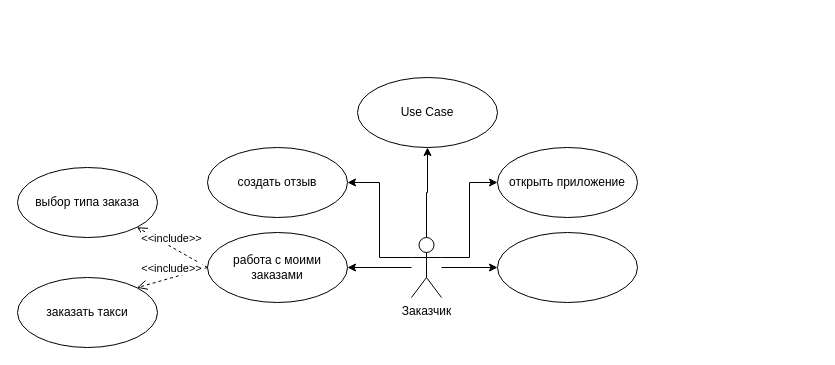
This is Диаграмма без названия.drawio from ENOTSUS/yandextaxi, a draw.io file, before an edit. Source tidied: cells renumbered, new cells numbered last; positions are measured from the earlier drawing's top-left corner, leaving out a move shared by most shapes. Both pictures are drawn from the tidied source at 100%, with x=0, y=0 at pixel (17, 77).
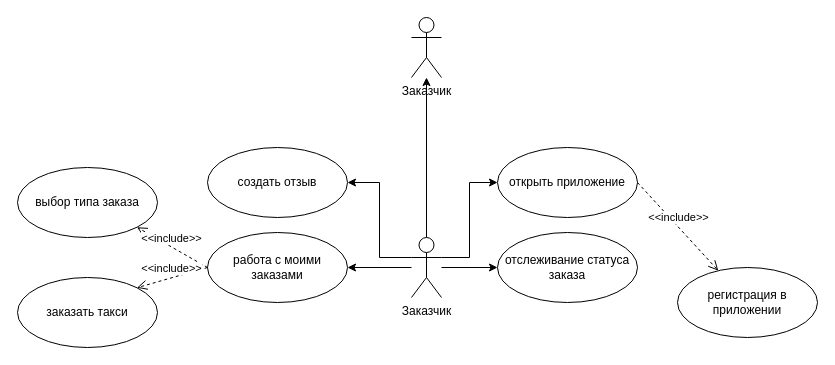
The same page after the edit.

Commit message:
такси обновлено

The edit, as a diff of the source:
```diff
@@
 <mxGraphModel>
   <root>
     <mxCell id="0" />
     <mxCell id="1" parent="0" />
     <mxCell id="2" style="edgeStyle=orthogonalEdgeStyle;rounded=0;jettySize=auto;html=1;" parent="1" edge="1" source="7" target="8">
       <mxGeometry relative="1" as="geometry" />
     </mxCell>
     <mxCell id="3" style="edgeStyle=orthogonalEdgeStyle;rounded=0;jettySize=auto;html=1;entryX=0;entryY=0.5;entryDx=0;entryDy=0;" parent="1" edge="1" source="7" target="9">
       <mxGeometry relative="1" as="geometry" />
     </mxCell>
-    <mxCell id="4" style="edgeStyle=orthogonalEdgeStyle;rounded=0;jettySize=auto;html=1;entryX=0.5;entryY=1;entryDx=0;entryDy=0;" parent="1" edge="1" source="7" target="12">
-      <mxGeometry relative="1" as="geometry" />
-    </mxCell>
     <mxCell id="5" style="edgeStyle=orthogonalEdgeStyle;rounded=0;jettySize=auto;html=1;exitX=0;exitY=0.3333333333333333;exitDx=0;exitDy=0;exitPerimeter=0;entryX=1;entryY=0.5;entryDx=0;entryDy=0;" parent="1" edge="1" source="7" target="10">
       <mxGeometry relative="1" as="geometry" />
     </mxCell>
     <mxCell id="6" style="edgeStyle=orthogonalEdgeStyle;rounded=0;jettySize=auto;html=1;exitX=1;exitY=0.3333333333333333;exitDx=0;exitDy=0;exitPerimeter=0;entryX=0;entryY=0.5;entryDx=0;entryDy=0;" parent="1" edge="1" source="7" target="11">
       <mxGeometry relative="1" as="geometry" />
     </mxCell>
+    <mxCell id="17" style="edgeStyle=orthogonalEdgeStyle;rounded=0;jettySize=auto;html=1;" parent="1" edge="1" source="7" target="20">
+      <mxGeometry relative="1" as="geometry" />
+    </mxCell>
     <mxCell id="7" value="Заказчик" style="shape=umlActor;verticalLabelPosition=bottom;verticalAlign=top;html=1;outlineConnect=0;" parent="1" vertex="1">
       <mxGeometry x="394" y="160" width="30" height="60" as="geometry" />
     </mxCell>
     <mxCell id="8" value="работа с моими заказами" style="ellipse;whiteSpace=wrap;html=1;" parent="1" vertex="1">
       <mxGeometry x="190" y="155" width="140" height="70" as="geometry" />
     </mxCell>
-    <mxCell id="9" style="ellipse;whiteSpace=wrap;html=1;" parent="1" vertex="1">
+    <mxCell id="9" value="отслеживание статуса заказа" style="ellipse;whiteSpace=wrap;html=1;" parent="1" vertex="1">
       <mxGeometry x="480" y="155" width="140" height="70" as="geometry" />
     </mxCell>
     <mxCell id="10" value="создать отзыв" style="ellipse;whiteSpace=wrap;html=1;" parent="1" vertex="1">
       <mxGeometry x="190" y="70" width="140" height="70" as="geometry" />
     </mxCell>
     <mxCell id="11" value="открыть приложение" style="ellipse;whiteSpace=wrap;html=1;" parent="1" vertex="1">
       <mxGeometry x="480" y="70" width="140" height="70" as="geometry" />
     </mxCell>
-    <mxCell id="12" value="Use Case" style="ellipse;whiteSpace=wrap;html=1;" parent="1" vertex="1">
-      <mxGeometry x="340" width="140" height="70" as="geometry" />
-    </mxCell>
     <mxCell id="13" value="выбор типа заказа" style="ellipse;whiteSpace=wrap;html=1;" parent="1" vertex="1">
       <mxGeometry y="90" width="140" height="70" as="geometry" />
     </mxCell>
     <mxCell id="14" value="&amp;lt;&amp;lt;include&amp;gt;&amp;gt;" style="html=1;verticalAlign=bottom;endArrow=open;dashed=1;endSize=8;curved=0;rounded=0;exitX=0;exitY=0.5;exitDx=0;exitDy=0;entryX=1;entryY=1;entryDx=0;entryDy=0;" parent="1" edge="1" source="8" target="13">
       <mxGeometry relative="1" as="geometry" />
     </mxCell>
     <mxCell id="15" value="заказать такси" style="ellipse;whiteSpace=wrap;html=1;" parent="1" vertex="1">
       <mxGeometry y="200" width="140" height="70" as="geometry" />
     </mxCell>
     <mxCell id="16" value="&amp;lt;&amp;lt;include&amp;gt;&amp;gt;" style="html=1;verticalAlign=bottom;endArrow=open;dashed=1;endSize=8;curved=0;rounded=0;exitX=0;exitY=0.5;exitDx=0;exitDy=0;entryX=1;entryY=0;entryDx=0;entryDy=0;" parent="1" edge="1" source="8" target="15">
       <mxGeometry relative="1" as="geometry" />
     </mxCell>
+    <mxCell id="18" value="регистрация в приложении" style="ellipse;whiteSpace=wrap;html=1;" parent="1" vertex="1">
+      <mxGeometry x="660" y="190" width="140" height="70" as="geometry" />
+    </mxCell>
+    <mxCell id="19" value="&amp;lt;&amp;lt;include&amp;gt;&amp;gt;" style="html=1;verticalAlign=bottom;endArrow=open;dashed=1;endSize=8;curved=0;rounded=0;exitX=1;exitY=0.5;exitDx=0;exitDy=0;" parent="1" edge="1" source="11" target="18">
+      <mxGeometry relative="1" as="geometry" />
+    </mxCell>
+    <mxCell id="20" value="Заказчик" style="shape=umlActor;verticalLabelPosition=bottom;verticalAlign=top;html=1;outlineConnect=0;" parent="1" vertex="1">
+      <mxGeometry x="394" y="-60" width="30" height="60" as="geometry" />
+    </mxCell>
   </root>
 </mxGraphModel>
```
